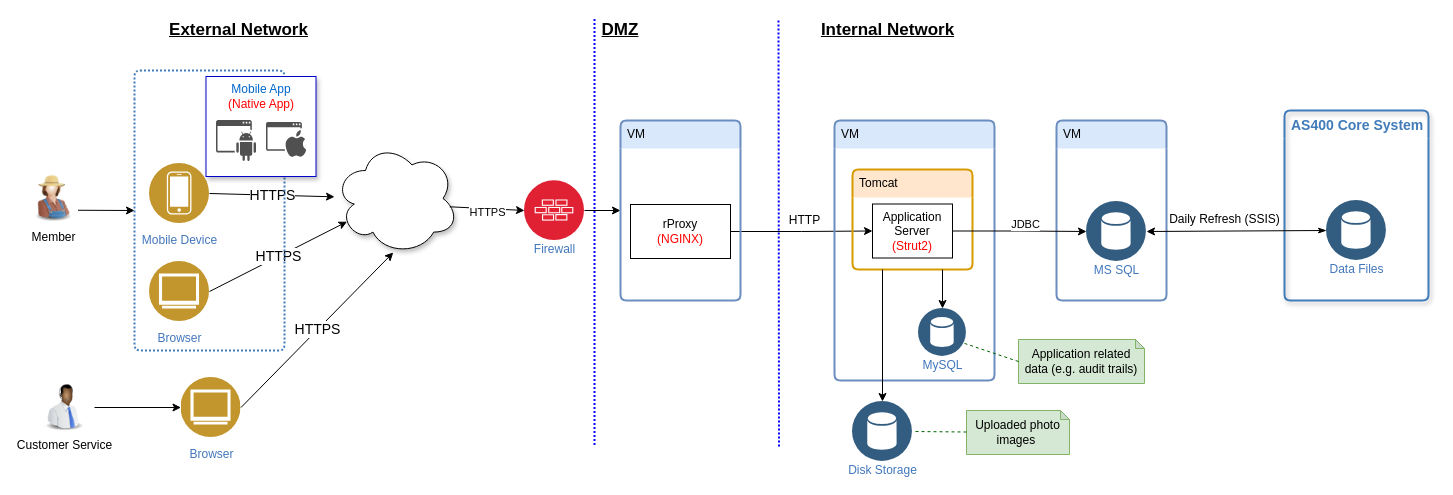
Above: page "Physical Deployment" (2 of 2) of WeCare_Architecture.drawio in whalebig27/change-request-process-diagram (draw.io), before the change. Source tidied: cells renumbered, new cells numbered last; positions are measured from the earlier drawing's top-left corner, leaving out a move shared by most shapes. Both pictures are drawn from the tidied source at 100%, with x=0, y=0 at pixel (28, 18).
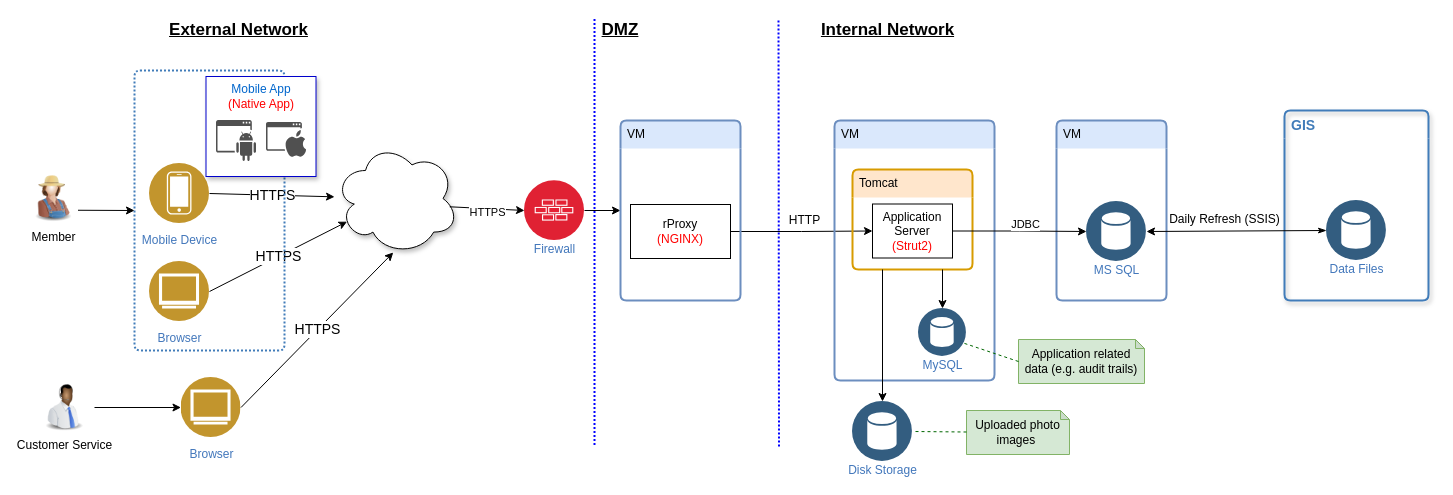
The same diagram, later.

Diff of the diagram source:
```diff
@@
-    <mxCell id="6" value="&lt;b&gt;&lt;font style=&quot;font-size: 14px&quot;&gt;AS400 Core System&lt;/font&gt;&lt;/b&gt;" style="swimlane;fontStyle=0;horizontal=1;startSize=28;swimlaneLine=0;swimlaneFillColor=none;fillColor=none;rounded=1;whiteSpace=wrap;html=1;absoluteArcSize=1;arcSize=12;strokeColor=#417CB9;fontColor=#417CB9;verticalAlign=top;align=left;spacingLeft=5;dashed=0;strokeWidth=2;shadow=1;" parent="1" vertex="1">
+    <mxCell id="6" value="&lt;b&gt;&lt;font style=&quot;font-size: 14px&quot;&gt;GIS&lt;/font&gt;&lt;/b&gt;" style="swimlane;fontStyle=0;horizontal=1;startSize=28;swimlaneLine=0;swimlaneFillColor=none;fillColor=none;rounded=1;whiteSpace=wrap;html=1;absoluteArcSize=1;arcSize=12;strokeColor=#417CB9;fontColor=#417CB9;verticalAlign=top;align=left;spacingLeft=5;dashed=0;strokeWidth=2;shadow=1;" parent="1" vertex="1">
       <mxGeometry x="1256" y="92" width="144" height="190" as="geometry" />
     </mxCell>
```
